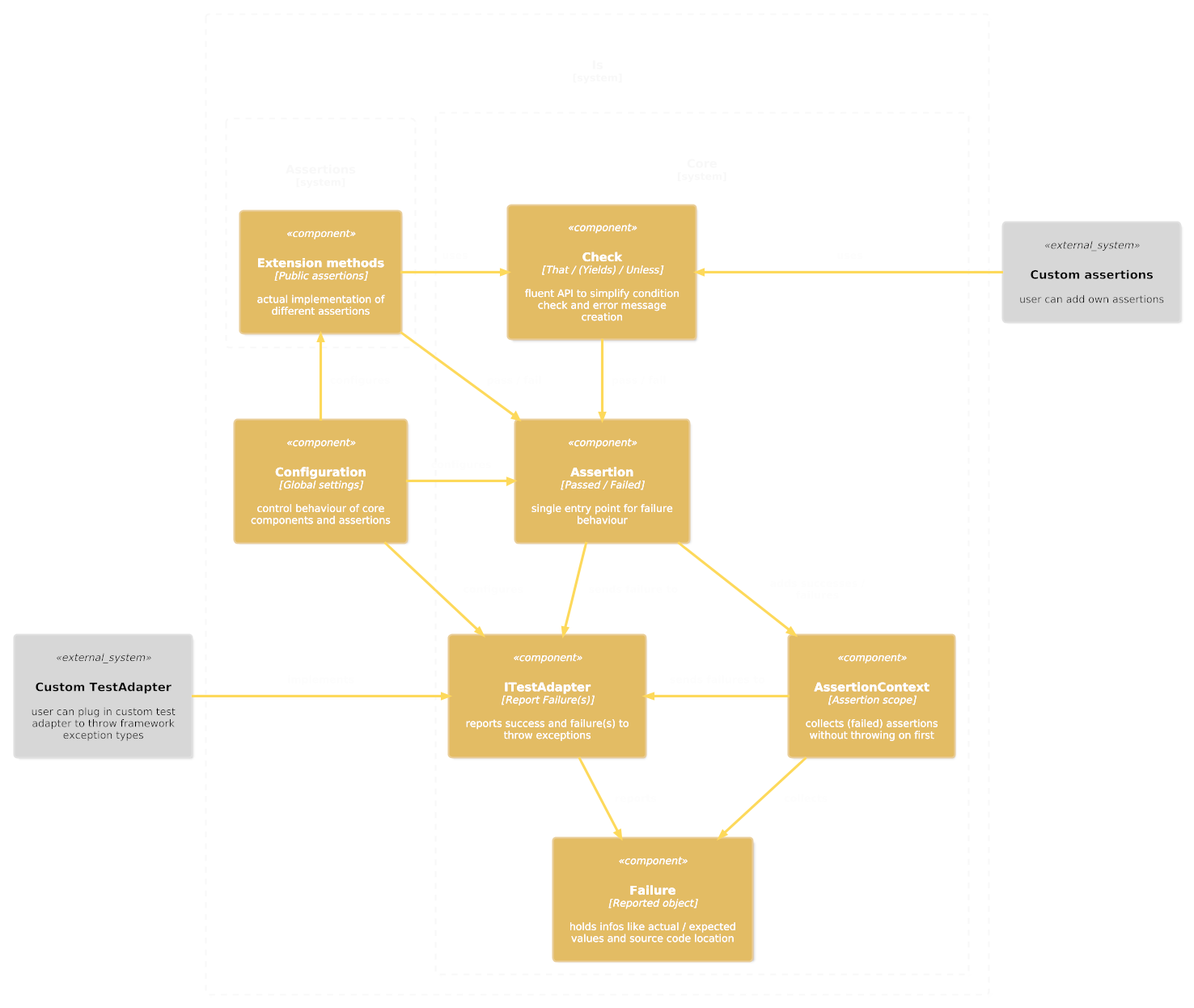
chrismo80/Is keeps this PlantUML diagram as Docs/Architecture.png. Above is the earlier version. Its source is kept beside it as Docs/Architecture.plantuml.
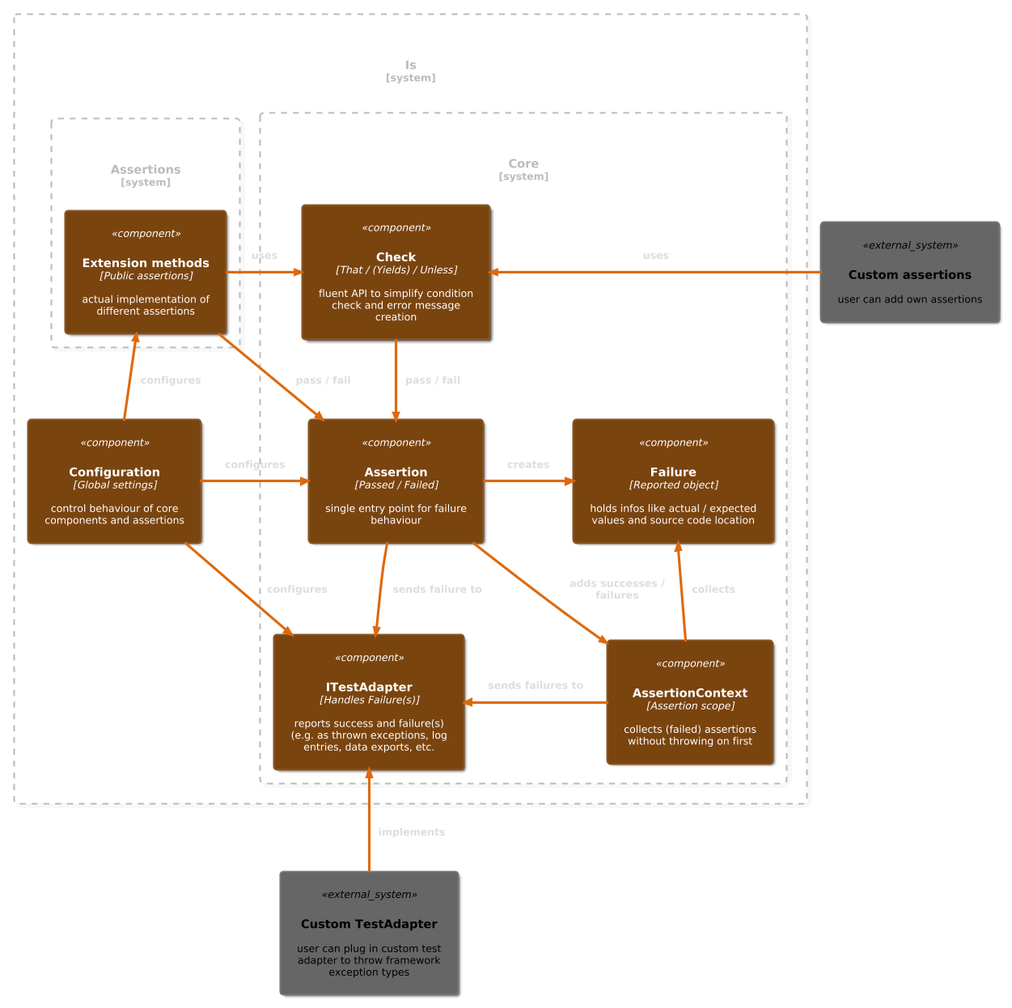
Later version of the same file.

Diff of the diagram source:
```diff
@@ -18,16 +18,16 @@
         Component(ass, "Assertion", "Passed / Failed", "single entry point for failure behaviour")
         Component(check, "Check", "That / (Yields) / Unless", "fluent API to simplify condition check and error message creation")
         Component(ctx, "AssertionContext", "Assertion scope", "collects (failed) assertions without throwing on first")
-        Component(ita, "ITestAdapter", "Report Failure(s)", "reports success and failure(s) to throw exceptions")
+        Component(ita, "ITestAdapter", "Handles Failure(s)", "reports success and failure(s) (e.g. as thrown exceptions, log entries, data exports, etc.")
         Component(fail, "Failure", "Reported object", "holds infos like actual / expected values and source code location")
         }
     }
 }
 
 Rel(ass, ita, "sends failure to")
-Rel(ctx, fail, "collects")
-Rel(ita, fail, "reports")
-Rel_R(cta, ita, "implements")
+Rel_R(ass, fail, "creates")
+Rel_U(ctx, fail, "collects")
+Rel_U(cta, ita, "implements")
 
 Rel_U(ext, check, "uses")
 Rel(ext, ass, "pass / fail")
```
